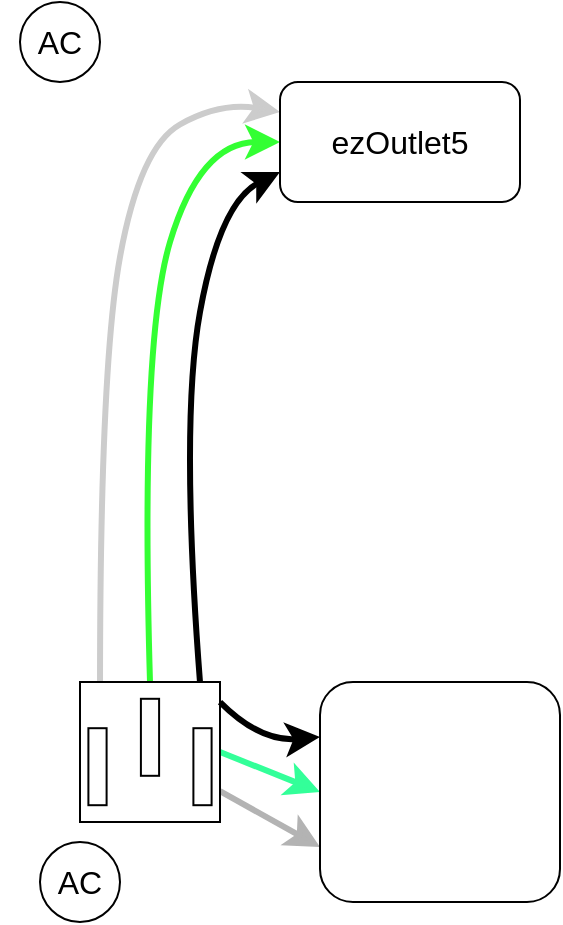
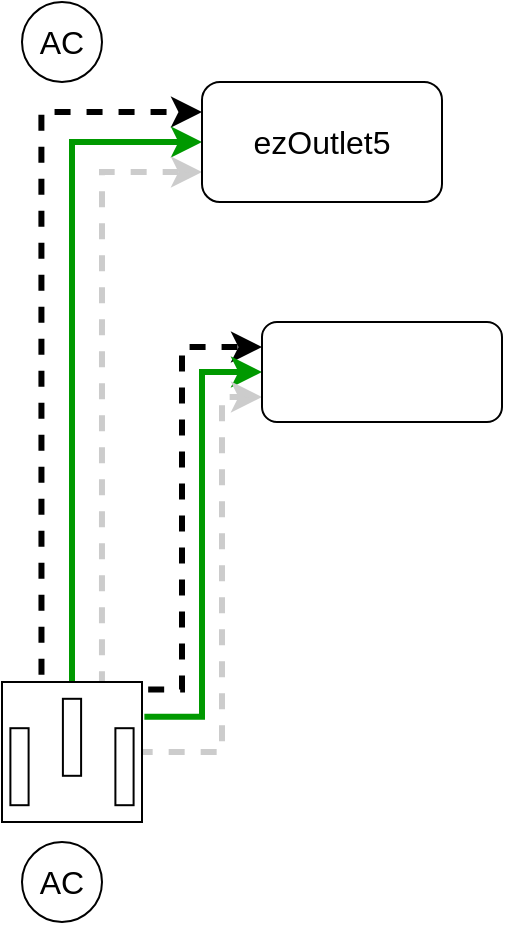
- <mxfile host="app.diagrams.net" agent="Mozilla/5.0 (Macintosh; Intel Mac OS X 10_15_7) AppleWebKit/605.1.15 (KHTML, like Gecko) Version/18.1.1 Safari/605.1.15" version="25.0.3">
+ <mxfile host="app.diagrams.net" agent="Mozilla/5.0 (Windows NT 10.0; Win64; x64) AppleWebKit/537.36 (KHTML, like Gecko) Chrome/131.0.0.0 Safari/537.36 Edg/131.0.0.0" version="25.0.3">
  <diagram name="Page-1" id="VlRkN-xOVygPYa-iD9Ir">
-     <mxGraphModel dx="2017" dy="795" grid="1" gridSize="10" guides="1" tooltips="1" connect="1" arrows="1" fold="1" page="1" pageScale="1" pageWidth="1169" pageHeight="827" background="none" math="0" shadow="0">
+     <mxGraphModel dx="1050" dy="658" grid="1" gridSize="10" guides="1" tooltips="1" connect="1" arrows="1" fold="1" page="1" pageScale="1" pageWidth="1169" pageHeight="827" background="none" math="0" shadow="0">
      <root>
        <mxCell id="0" />
        <mxCell id="1" parent="0" />
-         <mxCell id="pD8juBFKP1GN8B8eYQTb-4" style="edgeStyle=none;curved=1;rounded=0;orthogonalLoop=1;jettySize=auto;html=1;fontSize=12;startSize=8;endSize=8;strokeColor=#CCCCCC;strokeWidth=3;entryX=0;entryY=0.25;entryDx=0;entryDy=0;exitX=0.143;exitY=0.036;exitDx=0;exitDy=0;exitPerimeter=0;" edge="1" parent="1" source="pD8juBFKP1GN8B8eYQTb-1" target="pD8juBFKP1GN8B8eYQTb-3">
+         <mxCell id="JVLtuT8sySUBbFbLTn6r-3" style="edgeStyle=orthogonalEdgeStyle;rounded=0;orthogonalLoop=1;jettySize=auto;html=1;entryX=0;entryY=0.25;entryDx=0;entryDy=0;exitX=0.282;exitY=-0.013;exitDx=0;exitDy=0;exitPerimeter=0;strokeWidth=3;flowAnimation=1;flowAnimationDirection=alternate;" edge="1" parent="1" source="pD8juBFKP1GN8B8eYQTb-1" target="pD8juBFKP1GN8B8eYQTb-3">
+           <mxGeometry relative="1" as="geometry" />
+         </mxCell>
+         <mxCell id="JVLtuT8sySUBbFbLTn6r-4" style="edgeStyle=orthogonalEdgeStyle;rounded=0;orthogonalLoop=1;jettySize=auto;html=1;exitX=0.5;exitY=0;exitDx=0;exitDy=0;exitPerimeter=0;entryX=0;entryY=0.5;entryDx=0;entryDy=0;strokeColor=#009900;strokeWidth=3;" edge="1" parent="1" source="pD8juBFKP1GN8B8eYQTb-1" target="pD8juBFKP1GN8B8eYQTb-3">
+           <mxGeometry relative="1" as="geometry" />
+         </mxCell>
+         <mxCell id="JVLtuT8sySUBbFbLTn6r-5" style="edgeStyle=orthogonalEdgeStyle;rounded=0;orthogonalLoop=1;jettySize=auto;html=1;entryX=0;entryY=0.75;entryDx=0;entryDy=0;exitX=0.714;exitY=0;exitDx=0;exitDy=0;exitPerimeter=0;strokeWidth=3;strokeColor=#CCCCCC;flowAnimation=1;flowAnimationDirection=alternate-reverse;" edge="1" parent="1" source="pD8juBFKP1GN8B8eYQTb-1" target="pD8juBFKP1GN8B8eYQTb-3">
          <mxGeometry relative="1" as="geometry">
-             <mxPoint x="44.10256410256443" y="402.5" as="sourcePoint" />
-             <mxPoint x="140" y="117.5" as="targetPoint" />
+             <mxPoint x="120" y="320" as="targetPoint" />
+           </mxGeometry>
+         </mxCell>
+         <mxCell id="JVLtuT8sySUBbFbLTn6r-6" style="edgeStyle=orthogonalEdgeStyle;rounded=0;orthogonalLoop=1;jettySize=auto;html=1;entryX=0;entryY=0.25;entryDx=0;entryDy=0;exitX=1.006;exitY=0.054;exitDx=0;exitDy=0;exitPerimeter=0;strokeWidth=3;flowAnimation=1;flowAnimationDirection=alternate;" edge="1" parent="1" source="pD8juBFKP1GN8B8eYQTb-1" target="pD8juBFKP1GN8B8eYQTb-24">
+           <mxGeometry relative="1" as="geometry">
            <Array as="points">
-               <mxPoint x="40" y="242.5" />
-               <mxPoint x="60" y="132.5" />
-               <mxPoint x="100" y="110" />
+               <mxPoint x="120" y="404" />
+               <mxPoint x="120" y="233" />
            </Array>
          </mxGeometry>
        </mxCell>
-         <mxCell id="pD8juBFKP1GN8B8eYQTb-5" style="edgeStyle=none;curved=1;rounded=0;orthogonalLoop=1;jettySize=auto;html=1;fontSize=12;startSize=8;endSize=8;exitX=0.5;exitY=0;exitDx=0;exitDy=0;exitPerimeter=0;entryX=0;entryY=0.5;entryDx=0;entryDy=0;strokeColor=#33FF33;strokeWidth=3;" edge="1" parent="1" source="pD8juBFKP1GN8B8eYQTb-1" target="pD8juBFKP1GN8B8eYQTb-3">
+         <mxCell id="JVLtuT8sySUBbFbLTn6r-7" style="edgeStyle=orthogonalEdgeStyle;rounded=0;orthogonalLoop=1;jettySize=auto;html=1;entryX=0;entryY=0.5;entryDx=0;entryDy=0;exitX=1.017;exitY=0.249;exitDx=0;exitDy=0;exitPerimeter=0;strokeWidth=3;strokeColor=#009900;" edge="1" parent="1" source="pD8juBFKP1GN8B8eYQTb-1" target="pD8juBFKP1GN8B8eYQTb-24">
+           <mxGeometry relative="1" as="geometry" />
+         </mxCell>
+         <mxCell id="JVLtuT8sySUBbFbLTn6r-8" style="edgeStyle=orthogonalEdgeStyle;rounded=0;orthogonalLoop=1;jettySize=auto;html=1;entryX=0;entryY=0.75;entryDx=0;entryDy=0;strokeColor=#CCCCCC;strokeWidth=3;flowAnimation=1;flowAnimationDirection=alternate-reverse;" edge="1" parent="1" source="pD8juBFKP1GN8B8eYQTb-1" target="pD8juBFKP1GN8B8eYQTb-24">
          <mxGeometry relative="1" as="geometry">
-             <mxPoint x="110" y="160" as="targetPoint" />
-             <mxPoint x="40" y="390" as="sourcePoint" />
            <Array as="points">
-               <mxPoint x="60" y="230" />
-               <mxPoint x="90" y="130" />
+               <mxPoint x="140" y="435" />
+               <mxPoint x="140" y="258" />
            </Array>
          </mxGeometry>
        </mxCell>
-         <mxCell id="pD8juBFKP1GN8B8eYQTb-6" style="edgeStyle=none;curved=1;rounded=0;orthogonalLoop=1;jettySize=auto;html=1;entryX=0;entryY=0.75;entryDx=0;entryDy=0;fontSize=12;startSize=8;endSize=8;exitX=0.857;exitY=0;exitDx=0;exitDy=0;exitPerimeter=0;strokeWidth=3;" edge="1" parent="1" source="pD8juBFKP1GN8B8eYQTb-1" target="pD8juBFKP1GN8B8eYQTb-3">
-           <mxGeometry relative="1" as="geometry">
-             <mxPoint x="90" y="390" as="sourcePoint" />
-             <Array as="points">
-               <mxPoint x="80" y="270" />
-               <mxPoint x="100" y="160" />
-             </Array>
-           </mxGeometry>
-         </mxCell>
-         <mxCell id="pD8juBFKP1GN8B8eYQTb-27" style="edgeStyle=none;curved=1;rounded=0;orthogonalLoop=1;jettySize=auto;html=1;exitX=1;exitY=0.5;exitDx=0;exitDy=0;exitPerimeter=0;entryX=0;entryY=0.5;entryDx=0;entryDy=0;fontSize=12;startSize=8;endSize=8;strokeWidth=3;strokeColor=#33FF99;" edge="1" parent="1" source="pD8juBFKP1GN8B8eYQTb-1" target="pD8juBFKP1GN8B8eYQTb-24">
-           <mxGeometry relative="1" as="geometry" />
-         </mxCell>
-         <mxCell id="pD8juBFKP1GN8B8eYQTb-29" value="" style="edgeStyle=none;curved=1;rounded=0;orthogonalLoop=1;jettySize=auto;html=1;fontSize=12;startSize=8;endSize=8;entryX=0;entryY=0.75;entryDx=0;entryDy=0;strokeColor=#B3B3B3;strokeWidth=3;flowAnimation=0;" edge="1" parent="1" source="pD8juBFKP1GN8B8eYQTb-1" target="pD8juBFKP1GN8B8eYQTb-24">
-           <mxGeometry relative="1" as="geometry">
-             <Array as="points" />
-           </mxGeometry>
-         </mxCell>
-         <mxCell id="pD8juBFKP1GN8B8eYQTb-1" value="" style="pointerEvents=1;verticalLabelPosition=bottom;shadow=0;dashed=0;align=center;html=1;verticalAlign=top;shape=mxgraph.electrical.miscellaneous.ac_out" vertex="1" parent="1">
+         <mxCell id="pD8juBFKP1GN8B8eYQTb-1" value="" style="pointerEvents=1;verticalLabelPosition=bottom;shadow=0;dashed=0;align=center;html=1;verticalAlign=top;shape=mxgraph.electrical.miscellaneous.ac_out" parent="1" vertex="1">
          <mxGeometry x="30" y="400" width="70" height="70" as="geometry" />
        </mxCell>
-         <mxCell id="pD8juBFKP1GN8B8eYQTb-3" value="" style="rounded=1;whiteSpace=wrap;html=1;" vertex="1" parent="1">
+         <mxCell id="pD8juBFKP1GN8B8eYQTb-3" value="" style="rounded=1;whiteSpace=wrap;html=1;" parent="1" vertex="1">
          <mxGeometry x="130" y="100" width="120" height="60" as="geometry" />
        </mxCell>
-         <mxCell id="pD8juBFKP1GN8B8eYQTb-9" value="" style="ellipse;whiteSpace=wrap;html=1;fillColor=none;" vertex="1" parent="1">
-           <mxGeometry y="60" width="40" height="40" as="geometry" />
-         </mxCell>
-         <mxCell id="pD8juBFKP1GN8B8eYQTb-11" value="AC" style="text;html=1;align=center;verticalAlign=middle;whiteSpace=wrap;rounded=0;fontSize=16;" vertex="1" parent="1">
-           <mxGeometry x="-10" y="65" width="60" height="30" as="geometry" />
-         </mxCell>
-         <mxCell id="pD8juBFKP1GN8B8eYQTb-15" value="ezOutlet5" style="text;html=1;align=center;verticalAlign=middle;whiteSpace=wrap;rounded=0;fontSize=16;" vertex="1" parent="1">
+         <mxCell id="pD8juBFKP1GN8B8eYQTb-15" value="ezOutlet5" style="text;html=1;align=center;verticalAlign=middle;whiteSpace=wrap;rounded=0;fontSize=16;" parent="1" vertex="1">
          <mxGeometry x="160" y="110" width="60" height="40" as="geometry" />
        </mxCell>
-         <mxCell id="pD8juBFKP1GN8B8eYQTb-22" value="AC" style="text;html=1;align=center;verticalAlign=middle;whiteSpace=wrap;rounded=0;fontSize=16;" vertex="1" parent="1">
-           <mxGeometry y="485" width="60" height="30" as="geometry" />
+         <mxCell id="pD8juBFKP1GN8B8eYQTb-24" value="" style="rounded=1;whiteSpace=wrap;html=1;" parent="1" vertex="1">
+           <mxGeometry x="160" y="220" width="120" height="50" as="geometry" />
        </mxCell>
-         <mxCell id="pD8juBFKP1GN8B8eYQTb-23" value="" style="ellipse;whiteSpace=wrap;html=1;fillColor=none;" vertex="1" parent="1">
-           <mxGeometry x="10" y="480" width="40" height="40" as="geometry" />
+         <mxCell id="JVLtuT8sySUBbFbLTn6r-1" value="" style="group" vertex="1" connectable="0" parent="1">
+           <mxGeometry x="30" y="480" width="60" height="40" as="geometry" />
        </mxCell>
-         <mxCell id="pD8juBFKP1GN8B8eYQTb-24" value="" style="rounded=1;whiteSpace=wrap;html=1;" vertex="1" parent="1">
-           <mxGeometry x="150" y="400" width="120" height="110" as="geometry" />
+         <mxCell id="pD8juBFKP1GN8B8eYQTb-22" value="AC" style="text;html=1;align=center;verticalAlign=middle;whiteSpace=wrap;rounded=0;fontSize=16;" parent="JVLtuT8sySUBbFbLTn6r-1" vertex="1">
+           <mxGeometry y="5" width="60" height="30" as="geometry" />
        </mxCell>
-         <mxCell id="pD8juBFKP1GN8B8eYQTb-25" value="" style="endArrow=classic;html=1;rounded=0;fontSize=12;startSize=8;endSize=8;curved=1;exitX=1;exitY=0.143;exitDx=0;exitDy=0;exitPerimeter=0;entryX=0;entryY=0.25;entryDx=0;entryDy=0;strokeWidth=3;" edge="1" parent="1" source="pD8juBFKP1GN8B8eYQTb-1" target="pD8juBFKP1GN8B8eYQTb-24">
-           <mxGeometry width="50" height="50" relative="1" as="geometry">
-             <mxPoint x="180" y="290" as="sourcePoint" />
-             <mxPoint x="230" y="240" as="targetPoint" />
-             <Array as="points">
-               <mxPoint x="120" y="430" />
-             </Array>
-           </mxGeometry>
+         <mxCell id="pD8juBFKP1GN8B8eYQTb-23" value="" style="ellipse;whiteSpace=wrap;html=1;fillColor=none;" parent="JVLtuT8sySUBbFbLTn6r-1" vertex="1">
+           <mxGeometry x="10" width="40" height="40" as="geometry" />
+         </mxCell>
+         <mxCell id="JVLtuT8sySUBbFbLTn6r-2" value="" style="group" vertex="1" connectable="0" parent="1">
+           <mxGeometry x="30" y="60" width="60" height="40" as="geometry" />
+         </mxCell>
+         <mxCell id="pD8juBFKP1GN8B8eYQTb-9" value="" style="ellipse;whiteSpace=wrap;html=1;fillColor=none;" parent="JVLtuT8sySUBbFbLTn6r-2" vertex="1">
+           <mxGeometry x="10" width="40" height="40" as="geometry" />
+         </mxCell>
+         <mxCell id="pD8juBFKP1GN8B8eYQTb-11" value="AC" style="text;html=1;align=center;verticalAlign=middle;whiteSpace=wrap;rounded=0;fontSize=16;" parent="JVLtuT8sySUBbFbLTn6r-2" vertex="1">
+           <mxGeometry y="5" width="60" height="30" as="geometry" />
        </mxCell>
      </root>
    </mxGraphModel>
  </diagram>
</mxfile>
